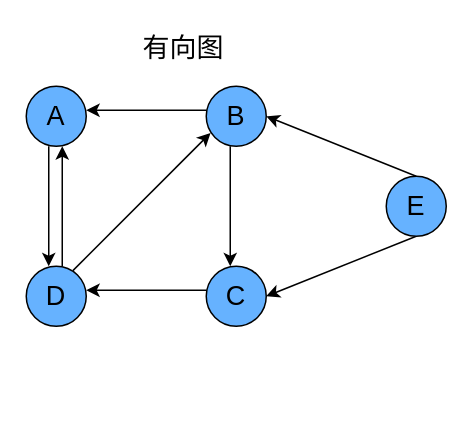
Earlier version of the draw.io diagram files/data_structure/graph/有向图.drawio (weizhiqimail/draw.io.repo). Source tidied: cells renumbered, new cells numbered last; positions are measured from the earlier drawing's top-left corner, leaving out a move shared by most shapes. Both pictures are drawn from the tidied source at 150%, with x=0, y=0 at pixel (26, 26).
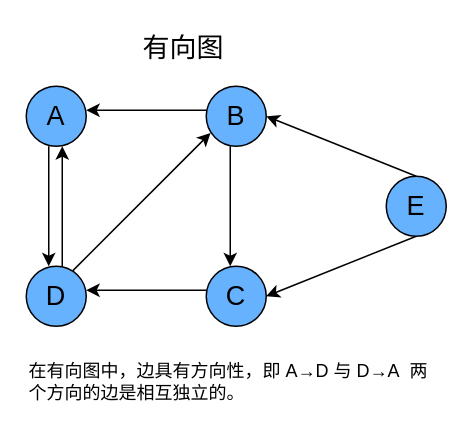
The same diagram, later.

Commit message (it also covers changes not shown here):
更新有向图.drawio

Diff of the diagram source:
```diff
@@
+    <mxCell id="16" value="&lt;div&gt;在有向图中，边具有方向性，即 A→D 与 D→A&amp;nbsp;&lt;span style=&quot;background-color: transparent; color: light-dark(rgb(0, 0, 0), rgb(255, 255, 255));&quot;&gt;&amp;nbsp;两个方向的边是相互独立的。&lt;/span&gt;&lt;/div&gt;" style="text;html=1;align=left;verticalAlign=middle;whiteSpace=wrap;rounded=0;fontSize=12;spacing=2;spacingTop=3;spacingBottom=0;" parent="1" vertex="1">
+      <mxGeometry y="220" width="280" height="30" as="geometry" />
+    </mxCell>
```
